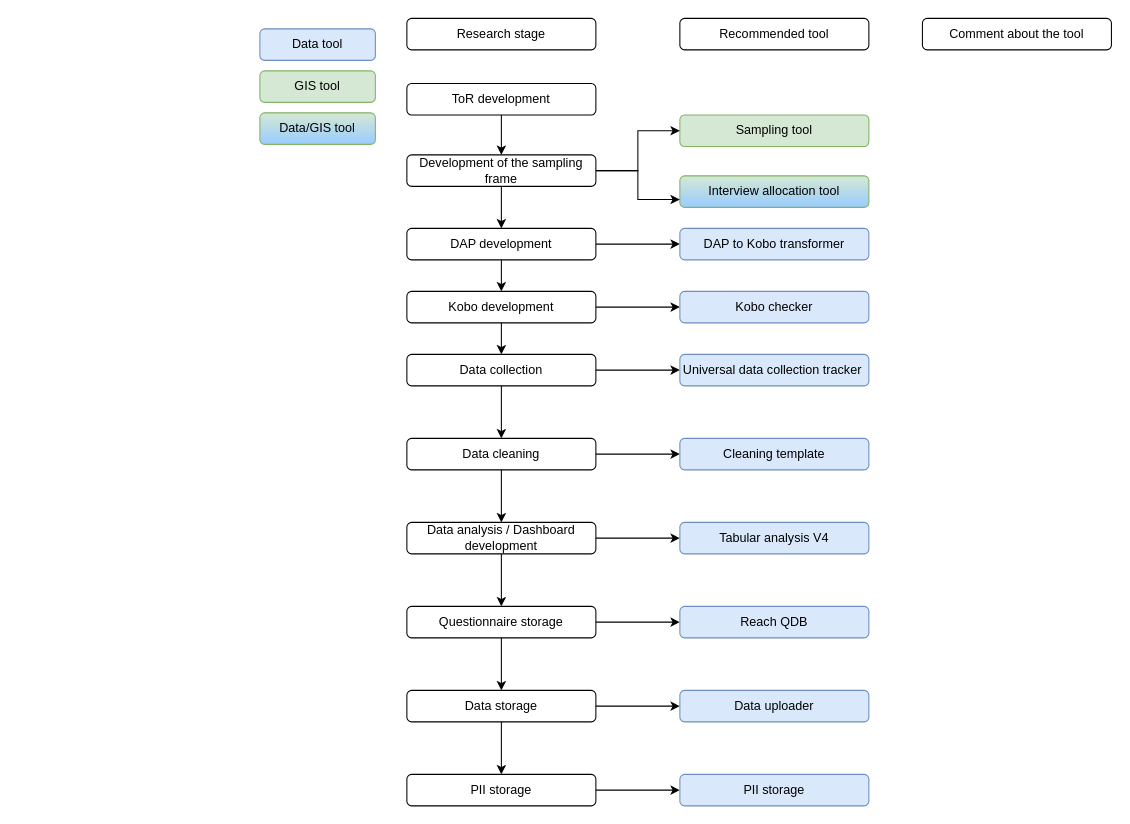
Earlier version of the draw.io diagram Untitled Diagram.drawio (Nestor-Ch/Data_processing_pipeline). Source tidied: cells renumbered, new cells numbered last; positions are measured from the earlier drawing's top-left corner, leaving out a move shared by most shapes. Both pictures are drawn from the tidied source at 105%, with x=0, y=0 at pixel (259, 18).
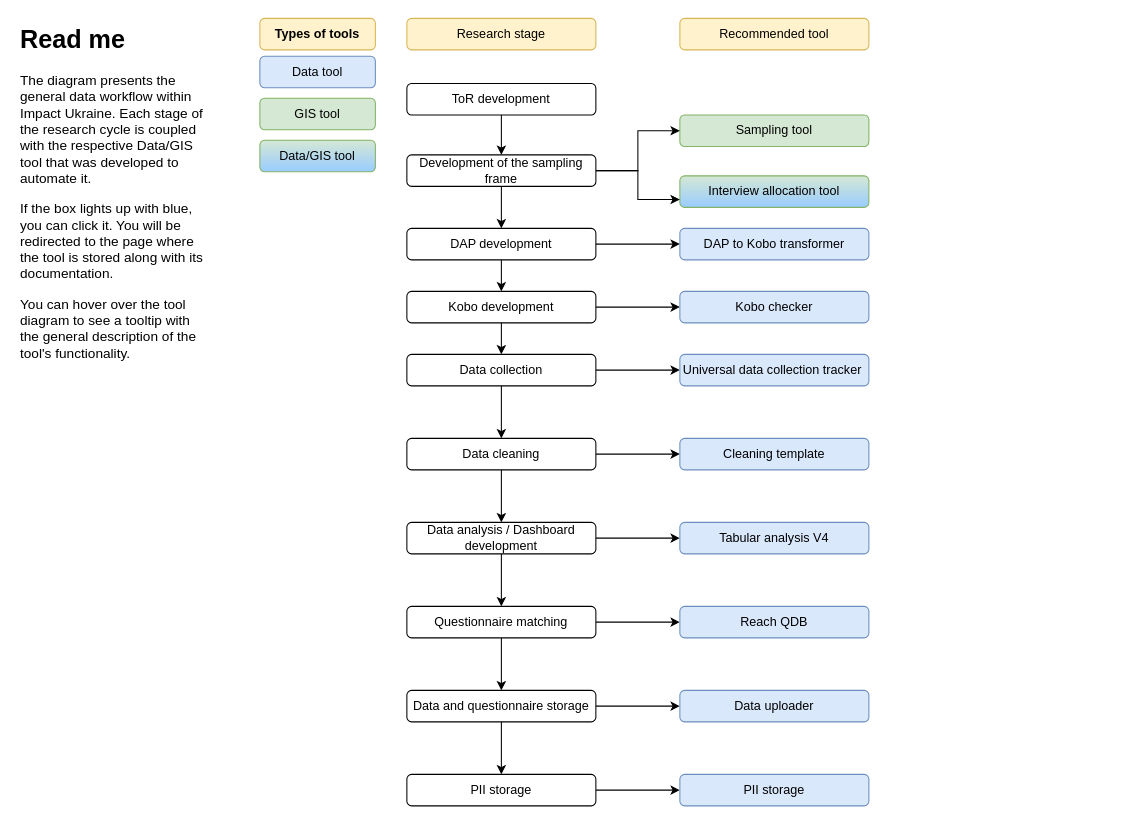
Above is the later version.

What changed in the source:
```diff
@@
     <mxCell id="5" value="Data/GIS tool" style="rounded=1;whiteSpace=wrap;html=1;fillColor=#d5e8d4;strokeColor=#82b366;gradientColor=#99CCFF;" parent="1" vertex="1">
-      <mxGeometry y="90" width="110" height="30" as="geometry" />
+      <mxGeometry y="116" width="110" height="30" as="geometry" />
     </mxCell>
     <mxCell id="6" value="Data tool" style="rounded=1;whiteSpace=wrap;html=1;fillColor=#dae8fc;strokeColor=#6c8ebf;" parent="1" vertex="1">
-      <mxGeometry y="10" width="110" height="30" as="geometry" />
+      <mxGeometry y="36" width="110" height="30" as="geometry" />
     </mxCell>
     <mxCell id="7" value="GIS tool" style="rounded=1;whiteSpace=wrap;html=1;fillColor=#d5e8d4;strokeColor=#82b366;" parent="1" vertex="1">
-      <mxGeometry y="50" width="110" height="30" as="geometry" />
+      <mxGeometry y="76" width="110" height="30" as="geometry" />
     </mxCell>
@@
-    <mxCell id="27" value="Research stage" style="rounded=1;whiteSpace=wrap;html=1;" parent="1" vertex="1">
+    <mxCell id="27" value="Research stage" style="rounded=1;whiteSpace=wrap;html=1;fillColor=#fff2cc;strokeColor=#d6b656;" parent="1" vertex="1">
       <mxGeometry x="140" width="180" height="30" as="geometry" />
     </mxCell>
-    <mxCell id="28" value="Recommended tool" style="rounded=1;whiteSpace=wrap;html=1;" parent="1" vertex="1">
+    <mxCell id="28" value="Recommended tool" style="rounded=1;whiteSpace=wrap;html=1;fillColor=#fff2cc;strokeColor=#d6b656;" parent="1" vertex="1">
       <mxGeometry x="400" width="180" height="30" as="geometry" />
     </mxCell>
@@
-    <mxCell id="34" value="Comment about the tool" style="rounded=1;whiteSpace=wrap;html=1;" parent="1" vertex="1">
-      <mxGeometry x="631" width="180" height="30" as="geometry" />
-    </mxCell>
@@
-    <mxCell id="38" value="Questionnaire storage" style="rounded=1;whiteSpace=wrap;html=1;" parent="1" vertex="1">
+    <mxCell id="38" value="Questionnaire matching" style="rounded=1;whiteSpace=wrap;html=1;" parent="1" vertex="1">
       <mxGeometry x="140" y="560" width="180" height="30" as="geometry" />
     </mxCell>
@@
-    <mxCell id="42" value="Data storage" style="rounded=1;whiteSpace=wrap;html=1;" parent="1" vertex="1">
+    <mxCell id="42" value="Data and questionnaire storage" style="rounded=1;whiteSpace=wrap;html=1;" parent="1" vertex="1">
       <mxGeometry x="140" y="640" width="180" height="30" as="geometry" />
     </mxCell>
@@
+    <mxCell id="47" value="&lt;b&gt;Types of tools&lt;/b&gt;" style="text;html=1;align=center;verticalAlign=middle;whiteSpace=wrap;rounded=1;strokeColor=#d6b656;fillColor=#fff2cc;" parent="1" vertex="1">
+      <mxGeometry width="110" height="30" as="geometry" />
+    </mxCell>
+    <mxCell id="48" value="&lt;h1 style=&quot;margin-top: 0px;&quot;&gt;Read me&lt;/h1&gt;&lt;p style=&quot;font-size: 13px;&quot;&gt;&lt;font style=&quot;font-size: 13px;&quot;&gt;The diagram presents the general data workflow within Impact Ukraine. Each stage of the research cycle is coupled with the respective Data/GIS tool that was developed to automate it.&amp;nbsp;&lt;/font&gt;&lt;/p&gt;&lt;p style=&quot;font-size: 13px;&quot;&gt;&lt;font style=&quot;font-size: 13px;&quot;&gt;If the box lights up with blue, you can click it. You will be redirected to the page where the tool is stored along with its documentation.&lt;/font&gt;&lt;/p&gt;&lt;p style=&quot;font-size: 13px;&quot;&gt;&lt;font style=&quot;font-size: 13px;&quot;&gt;You can hover over the tool diagram to see a tooltip with the general description of the tool's functionality.&lt;/font&gt;&lt;/p&gt;" style="text;html=1;whiteSpace=wrap;overflow=hidden;rounded=0;" parent="1" vertex="1">
+      <mxGeometry x="-230" width="180" height="340" as="geometry" />
+    </mxCell>
```
